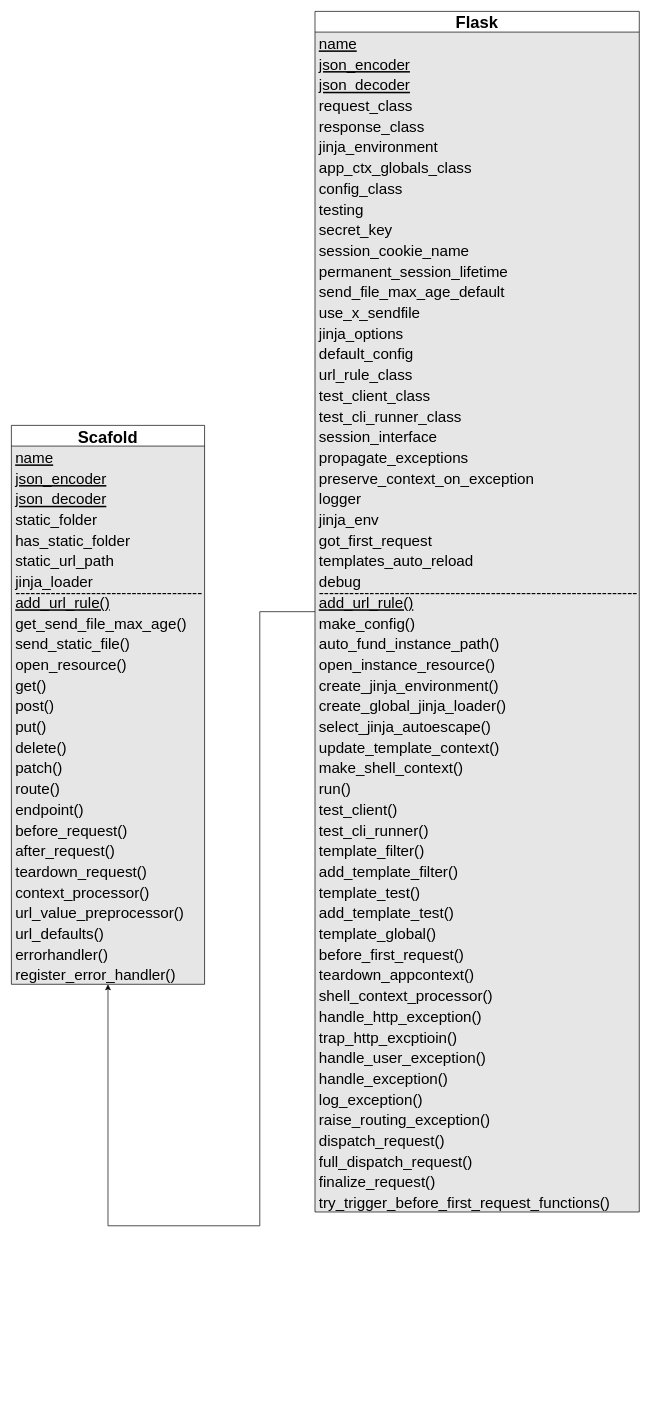
Earlier version of the draw.io diagram 2022-10.drawio (garvan2021/garvan2021). Source tidied: cells renumbered, new cells numbered last; positions are measured from the earlier drawing's top-left corner, leaving out a move shared by most shapes. Both pictures are drawn from the tidied source at 69%, with x=0, y=0 at pixel (11, 11).
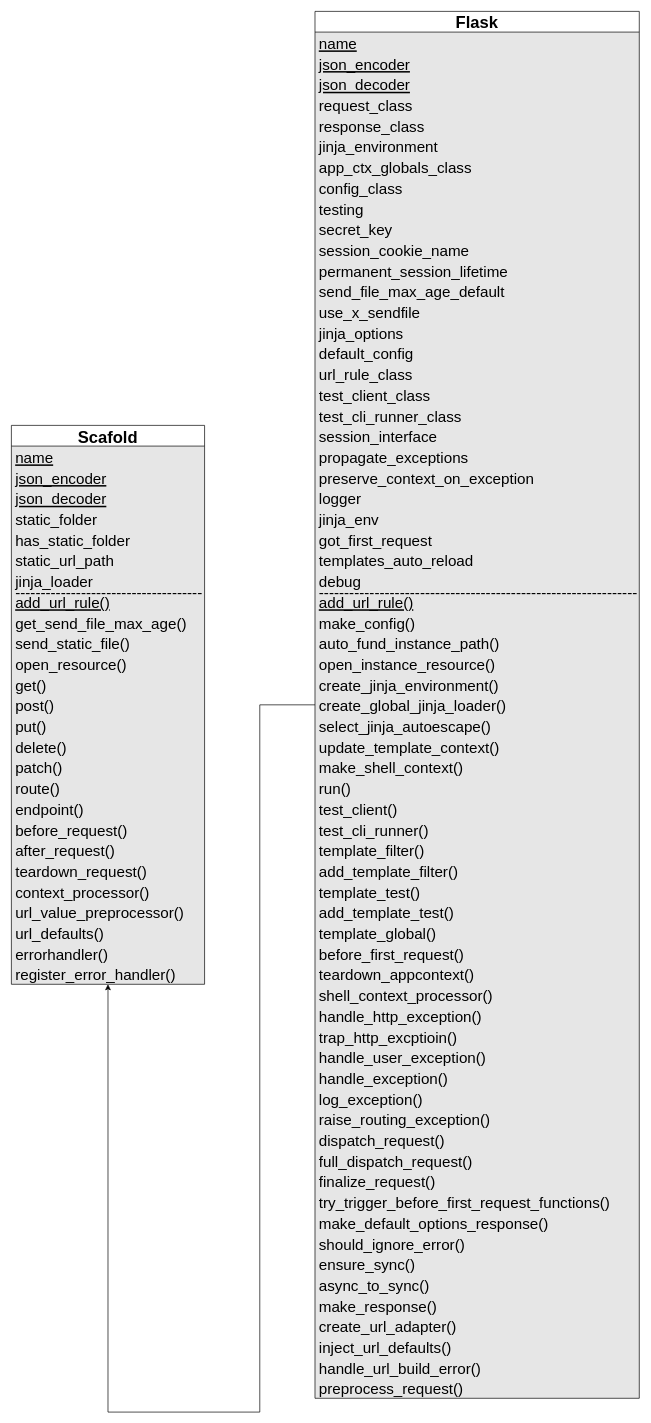
The same diagram, later.

Change to the diagram source:
```diff
@@
     <mxCell id="31" value="Flask" style="swimlane;fontStyle=1;horizontal=1;startSize=30;fillColor=default;swimlaneFillColor=#E6E6E6;labelBackgroundColor=none;fontSize=24;verticalAlign=bottom;" parent="1" vertex="1">
-      <mxGeometry x="440" width="470" height="1740" as="geometry" />
+      <mxGeometry x="440" width="470" height="2010" as="geometry" />
     </mxCell>
@@
+    <mxCell id="90" value="make_default_options_response()" style="text;strokeColor=none;fillColor=none;align=left;verticalAlign=middle;spacingLeft=4;spacingRight=4;overflow=hidden;fontSize=22;" parent="31" vertex="1">
+      <mxGeometry y="1740" width="470" height="30" as="geometry" />
+    </mxCell>
+    <mxCell id="91" value="should_ignore_error()" style="text;strokeColor=none;fillColor=none;align=left;verticalAlign=middle;spacingLeft=4;spacingRight=4;overflow=hidden;fontSize=22;" parent="31" vertex="1">
+      <mxGeometry y="1770" width="470" height="30" as="geometry" />
+    </mxCell>
+    <mxCell id="92" value="ensure_sync()" style="text;strokeColor=none;fillColor=none;align=left;verticalAlign=middle;spacingLeft=4;spacingRight=4;overflow=hidden;fontSize=22;" parent="31" vertex="1">
+      <mxGeometry y="1800" width="470" height="30" as="geometry" />
+    </mxCell>
+    <mxCell id="93" value="async_to_sync()" style="text;strokeColor=none;fillColor=none;align=left;verticalAlign=middle;spacingLeft=4;spacingRight=4;overflow=hidden;fontSize=22;" parent="31" vertex="1">
+      <mxGeometry y="1830" width="470" height="30" as="geometry" />
+    </mxCell>
+    <mxCell id="94" value="make_response()" style="text;strokeColor=none;fillColor=none;align=left;verticalAlign=middle;spacingLeft=4;spacingRight=4;overflow=hidden;fontSize=22;" parent="31" vertex="1">
+      <mxGeometry y="1860" width="470" height="30" as="geometry" />
+    </mxCell>
+    <mxCell id="95" value="create_url_adapter()" style="text;strokeColor=none;fillColor=none;align=left;verticalAlign=middle;spacingLeft=4;spacingRight=4;overflow=hidden;fontSize=22;" parent="31" vertex="1">
+      <mxGeometry y="1890" width="470" height="30" as="geometry" />
+    </mxCell>
+    <mxCell id="96" value="inject_url_defaults()" style="text;strokeColor=none;fillColor=none;align=left;verticalAlign=middle;spacingLeft=4;spacingRight=4;overflow=hidden;fontSize=22;" parent="31" vertex="1">
+      <mxGeometry y="1920" width="470" height="30" as="geometry" />
+    </mxCell>
+    <mxCell id="97" value="handle_url_build_error()" style="text;strokeColor=none;fillColor=none;align=left;verticalAlign=middle;spacingLeft=4;spacingRight=4;overflow=hidden;fontSize=22;" parent="31" vertex="1">
+      <mxGeometry y="1950" width="470" height="30" as="geometry" />
+    </mxCell>
+    <mxCell id="98" value="preprocess_request()" style="text;strokeColor=none;fillColor=none;align=left;verticalAlign=middle;spacingLeft=4;spacingRight=4;overflow=hidden;fontSize=22;" parent="31" vertex="1">
+      <mxGeometry y="1980" width="470" height="30" as="geometry" />
+    </mxCell>
```
